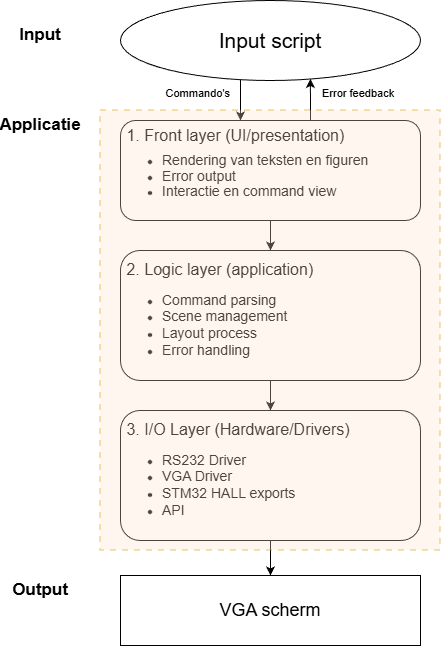
This is 3lagenmodel.drawio.png from JorisMu/VESOFTEN, a draw.io export, as it was before one commit. Source tidied: cells renumbered, new cells last; positions are measured from the earlier drawing's top-left corner, leaving out a move shared by most shapes.
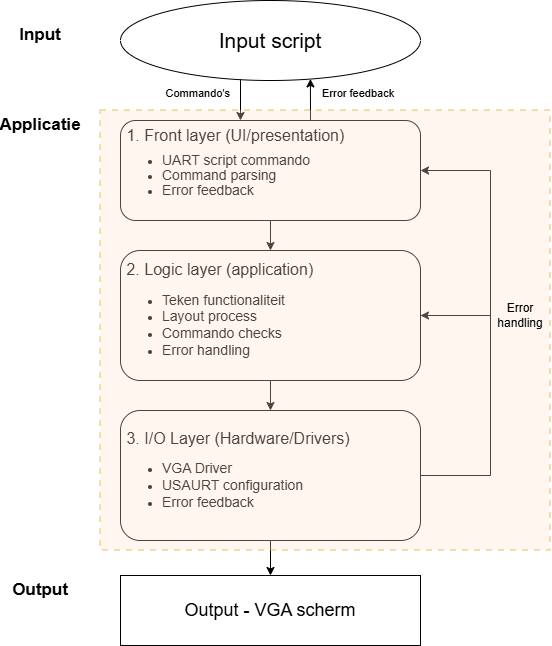
After the commit.

The edit, as a diff of the source:
```diff
@@ -5,19 +5,35 @@
     <mxCell id="2" style="edgeStyle=orthogonalEdgeStyle;rounded=0;jettySize=auto;html=1;" parent="1" edge="1" source="3" target="5">
       <mxGeometry relative="1" as="geometry" />
     </mxCell>
-    <mxCell id="3" value="&lt;div style=&quot;line-height: 70%;&quot;&gt;&lt;font style=&quot;font-size: 16px; line-height: 70%;&quot;&gt;&amp;nbsp;1. Front layer (UI/presentation)&lt;/font&gt;&lt;div&gt;&lt;ul style=&quot;line-height: 110%;&quot;&gt;&lt;li&gt;&lt;font style=&quot;font-size: 14px; line-height: 110%;&quot;&gt;Rendering van teksten en figuren&lt;/font&gt;&lt;/li&gt;&lt;li&gt;&lt;font style=&quot;font-size: 14px; line-height: 110%;&quot;&gt;Error output&lt;/font&gt;&lt;/li&gt;&lt;li&gt;&lt;font style=&quot;font-size: 14px; line-height: 110%;&quot;&gt;Interactie en command view&lt;/font&gt;&lt;/li&gt;&lt;/ul&gt;&lt;/div&gt;&lt;/div&gt;" style="rounded=1;whiteSpace=wrap;html=1;align=left;" parent="1" vertex="1">
+    <mxCell id="3" value="&lt;div style=&quot;line-height: 70%;&quot;&gt;&lt;font style=&quot;font-size: 16px; line-height: 70%;&quot;&gt;&amp;nbsp;1. Front layer (UI/presentation)&lt;/font&gt;&lt;div&gt;&lt;ul style=&quot;line-height: 110%;&quot;&gt;&lt;li&gt;&lt;span style=&quot;font-size: 14px;&quot;&gt;UART script commando&lt;/span&gt;&lt;/li&gt;&lt;li&gt;&lt;font style=&quot;font-size: 14px; line-height: 110%;&quot;&gt;Command parsing&lt;/font&gt;&lt;/li&gt;&lt;li&gt;&lt;font style=&quot;font-size: 14px; line-height: 110%;&quot;&gt;Error feedback&lt;/font&gt;&lt;/li&gt;&lt;/ul&gt;&lt;/div&gt;&lt;/div&gt;" style="rounded=1;whiteSpace=wrap;html=1;align=left;" parent="1" vertex="1">
       <mxGeometry x="110" y="120" width="300" height="100" as="geometry" />
     </mxCell>
     <mxCell id="4" style="edgeStyle=orthogonalEdgeStyle;rounded=0;jettySize=auto;html=1;" parent="1" edge="1" source="5" target="7">
       <mxGeometry relative="1" as="geometry" />
     </mxCell>
+    <mxCell id="18" style="edgeStyle=orthogonalEdgeStyle;rounded=0;jettySize=auto;html=1;exitX=1;exitY=0.5;exitDx=0;exitDy=0;entryX=1;entryY=0.5;entryDx=0;entryDy=0;" parent="1" edge="1" source="5" target="3">
+      <mxGeometry relative="1" as="geometry">
+        <Array as="points">
+          <mxPoint x="480" y="315" />
+          <mxPoint x="480" y="170" />
+        </Array>
+      </mxGeometry>
+    </mxCell>
-    <mxCell id="5" value="&lt;div style=&quot;&quot;&gt;&lt;font style=&quot;background-color: transparent; color: light-dark(rgb(0, 0, 0), rgb(255, 255, 255)); font-size: 16px;&quot;&gt;&amp;nbsp;2. Logic layer (application)&lt;/font&gt;&lt;/div&gt;&lt;div style=&quot;&quot;&gt;&lt;ul&gt;&lt;li&gt;&lt;span style=&quot;background-color: transparent; color: light-dark(rgb(0, 0, 0), rgb(255, 255, 255));&quot;&gt;&lt;font style=&quot;font-size: 14px;&quot;&gt;Command parsing&lt;/font&gt;&lt;/span&gt;&lt;/li&gt;&lt;li&gt;&lt;span style=&quot;background-color: transparent; color: light-dark(rgb(0, 0, 0), rgb(255, 255, 255));&quot;&gt;&lt;font style=&quot;font-size: 14px;&quot;&gt;Scene management&lt;/font&gt;&lt;/span&gt;&lt;/li&gt;&lt;li&gt;&lt;span style=&quot;background-color: transparent; color: light-dark(rgb(0, 0, 0), rgb(255, 255, 255));&quot;&gt;&lt;font style=&quot;font-size: 14px;&quot;&gt;Layout process&lt;/font&gt;&lt;/span&gt;&lt;/li&gt;&lt;li&gt;&lt;span style=&quot;background-color: transparent; color: light-dark(rgb(0, 0, 0), rgb(255, 255, 255));&quot;&gt;&lt;font style=&quot;font-size: 14px;&quot;&gt;Error handling&lt;/font&gt;&lt;/span&gt;&lt;span style=&quot;background-color: transparent; color: light-dark(rgb(0, 0, 0), rgb(255, 255, 255)); font-size: 11px;&quot;&gt;&amp;nbsp;&amp;nbsp;&lt;/span&gt;&lt;/li&gt;&lt;/ul&gt;&lt;/div&gt;" style="rounded=1;whiteSpace=wrap;html=1;align=left;" parent="1" vertex="1">
+    <mxCell id="5" value="&lt;div style=&quot;&quot;&gt;&lt;font style=&quot;background-color: transparent; color: light-dark(rgb(0, 0, 0), rgb(255, 255, 255)); font-size: 16px;&quot;&gt;&amp;nbsp;2. Logic layer (application)&lt;/font&gt;&lt;/div&gt;&lt;div style=&quot;&quot;&gt;&lt;ul&gt;&lt;li&gt;&lt;span style=&quot;background-color: transparent; color: light-dark(rgb(0, 0, 0), rgb(255, 255, 255));&quot;&gt;&lt;font style=&quot;font-size: 14px;&quot;&gt;Teken functionaliteit&lt;/font&gt;&lt;/span&gt;&lt;/li&gt;&lt;li&gt;&lt;span style=&quot;font-size: 14px;&quot;&gt;Layout process&lt;/span&gt;&lt;/li&gt;&lt;li&gt;&lt;span style=&quot;font-size: 14px;&quot;&gt;Commando checks&lt;/span&gt;&lt;/li&gt;&lt;li&gt;&lt;span style=&quot;background-color: transparent; color: light-dark(rgb(0, 0, 0), rgb(255, 255, 255));&quot;&gt;&lt;font style=&quot;font-size: 14px;&quot;&gt;Error handling&lt;/font&gt;&lt;/span&gt;&amp;nbsp;&lt;/li&gt;&lt;/ul&gt;&lt;/div&gt;" style="rounded=1;whiteSpace=wrap;html=1;align=left;" parent="1" vertex="1">
       <mxGeometry x="110" y="250" width="300" height="130" as="geometry" />
     </mxCell>
     <mxCell id="6" style="edgeStyle=orthogonalEdgeStyle;rounded=0;jettySize=auto;html=1;" parent="1" edge="1" source="7" target="13">
       <mxGeometry relative="1" as="geometry" />
     </mxCell>
+    <mxCell id="19" style="edgeStyle=orthogonalEdgeStyle;rounded=0;jettySize=auto;html=1;exitX=1;exitY=0.5;exitDx=0;exitDy=0;entryX=1;entryY=0.5;entryDx=0;entryDy=0;" parent="1" edge="1" source="7" target="5">
+      <mxGeometry relative="1" as="geometry">
+        <Array as="points">
+          <mxPoint x="480" y="475" />
+          <mxPoint x="480" y="315" />
+        </Array>
+      </mxGeometry>
+    </mxCell>
-    <mxCell id="7" value="&lt;font style=&quot;font-size: 16px;&quot;&gt;&amp;nbsp;3. I/O Layer (Hardware/Drivers)&lt;/font&gt;&lt;div&gt;&lt;ul&gt;&lt;li&gt;&lt;span style=&quot;font-size: 14px;&quot;&gt;RS232 Driver&lt;/span&gt;&lt;/li&gt;&lt;li&gt;&lt;span style=&quot;font-size: 14px;&quot;&gt;VGA Driver&lt;/span&gt;&lt;/li&gt;&lt;li&gt;&lt;span style=&quot;font-size: 14px;&quot;&gt;STM32 HALL exports&lt;/span&gt;&lt;/li&gt;&lt;li&gt;&lt;span style=&quot;font-size: 14px;&quot;&gt;API&lt;/span&gt;&lt;/li&gt;&lt;/ul&gt;&lt;/div&gt;" style="rounded=1;whiteSpace=wrap;html=1;align=left;" parent="1" vertex="1">
+    <mxCell id="7" value="&lt;font style=&quot;font-size: 16px;&quot;&gt;&amp;nbsp;3. I/O Layer (Hardware/Drivers)&lt;/font&gt;&lt;div&gt;&lt;ul&gt;&lt;li&gt;&lt;span style=&quot;font-size: 14px;&quot;&gt;VGA Driver&lt;/span&gt;&lt;/li&gt;&lt;li&gt;&lt;span style=&quot;font-size: 14px;&quot;&gt;USAURT configuration&lt;/span&gt;&lt;/li&gt;&lt;li&gt;&lt;span style=&quot;font-size: 14px;&quot;&gt;Error feedback&lt;/span&gt;&lt;/li&gt;&lt;/ul&gt;&lt;/div&gt;" style="rounded=1;whiteSpace=wrap;html=1;align=left;" parent="1" vertex="1">
       <mxGeometry x="110" y="410" width="300" height="130" as="geometry" />
     </mxCell>
     <mxCell id="8" value="&lt;font style=&quot;font-size: 21px;&quot;&gt;Input script&lt;/font&gt;" style="ellipse;whiteSpace=wrap;html=1;" parent="1" vertex="1">
@@ -43,11 +59,11 @@
         <mxPoint x="11" y="-13" as="offset" />
       </mxGeometry>
     </mxCell>
-    <mxCell id="13" value="&lt;font style=&quot;font-size: 18px;&quot;&gt;VGA scherm&lt;/font&gt;" style="rounded=0;whiteSpace=wrap;html=1;" parent="1" vertex="1">
+    <mxCell id="13" value="&lt;font style=&quot;font-size: 18px;&quot;&gt;Output - VGA scherm&lt;/font&gt;" style="rounded=0;whiteSpace=wrap;html=1;" parent="1" vertex="1">
       <mxGeometry x="110" y="575" width="300" height="70" as="geometry" />
     </mxCell>
     <mxCell id="14" style="rounded=0;whiteSpace=wrap;html=1;labelBackgroundColor=none;textOpacity=0;fillColor=#ffe6cc;dashed=1;strokeColor=#d79b00;strokeWidth=2;opacity=30;" parent="1" vertex="1">
-      <mxGeometry x="90" y="110" width="340" height="440" as="geometry" />
+      <mxGeometry x="90" y="110" width="450" height="440" as="geometry" />
     </mxCell>
     <mxCell id="15" value="&lt;font style=&quot;font-size: 17px;&quot;&gt;&lt;b&gt;Applicatie&lt;/b&gt;&lt;/font&gt;" style="text;html=1;whiteSpace=wrap;strokeColor=none;fillColor=none;align=center;verticalAlign=middle;rounded=0;" parent="1" vertex="1">
       <mxGeometry y="110" width="60" height="30" as="geometry" />
@@ -58,5 +74,8 @@
     <mxCell id="17" value="&lt;font style=&quot;font-size: 17px;&quot;&gt;&lt;b&gt;Output&lt;/b&gt;&lt;/font&gt;" style="text;html=1;whiteSpace=wrap;strokeColor=none;fillColor=none;align=center;verticalAlign=middle;rounded=0;" parent="1" vertex="1">
       <mxGeometry y="575" width="60" height="30" as="geometry" />
     </mxCell>
+    <mxCell id="20" value="Error handling" style="text;html=1;whiteSpace=wrap;strokeColor=none;fillColor=none;align=center;verticalAlign=middle;rounded=0;" parent="1" vertex="1">
+      <mxGeometry x="480" y="300" width="60" height="30" as="geometry" />
+    </mxCell>
   </root>
 </mxGraphModel>
```
